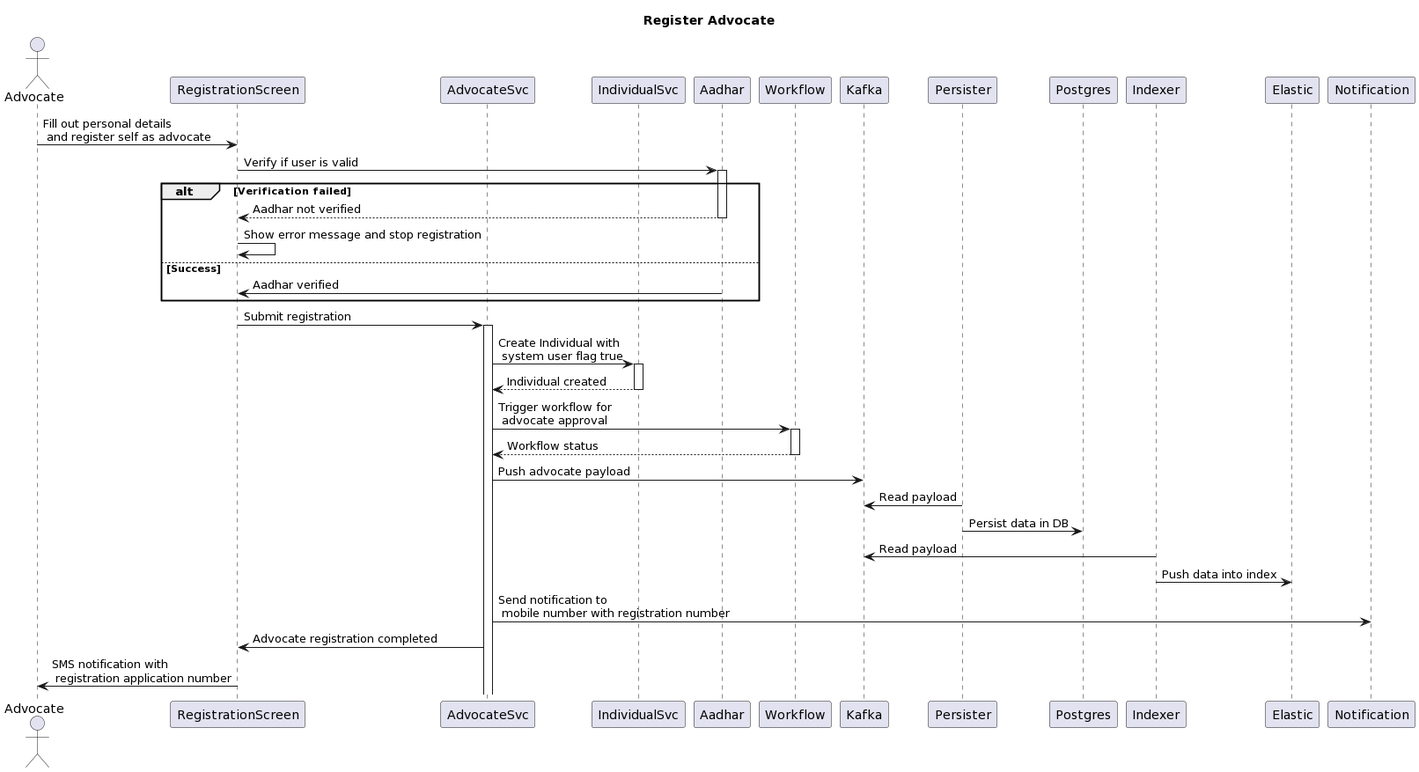
Before: docs/Advocate/SequenceDiagrams/Advocate-Create-Flow.png, a diagram exported from PlantUML (pucardotorg/dristi). The source it was exported from:
```plantuml
@startuml
title Register Advocate
Actor Advocate as User
participant RegistrationScreen as UI
participant AdvocateSvc as A
participant IndividualSvc as I
User -> UI : Fill out personal details \n and register self as advocate
UI -> Aadhar ++: Verify if user is valid
alt Verification failed
  return Aadhar not verified
  UI -> UI: Show error message and stop registration
else Success
  Aadhar -> UI: Aadhar verified
end
UI -> A ++: Submit registration
A -> I ++: Create Individual with \n system user flag true
return Individual created
A -> Workflow ++: Trigger workflow for \n advocate approval
return Workflow status
A -> Kafka: Push advocate payload
Persister -> Kafka: Read payload
Persister -> Postgres: Persist data in DB
Indexer -> Kafka: Read payload
Indexer -> Elastic: Push data into index
A -> Notification : Send notification to \n mobile number with registration number
A -> UI: Advocate registration completed
UI -> User: SMS notification with \n registration application number
@enduml
```
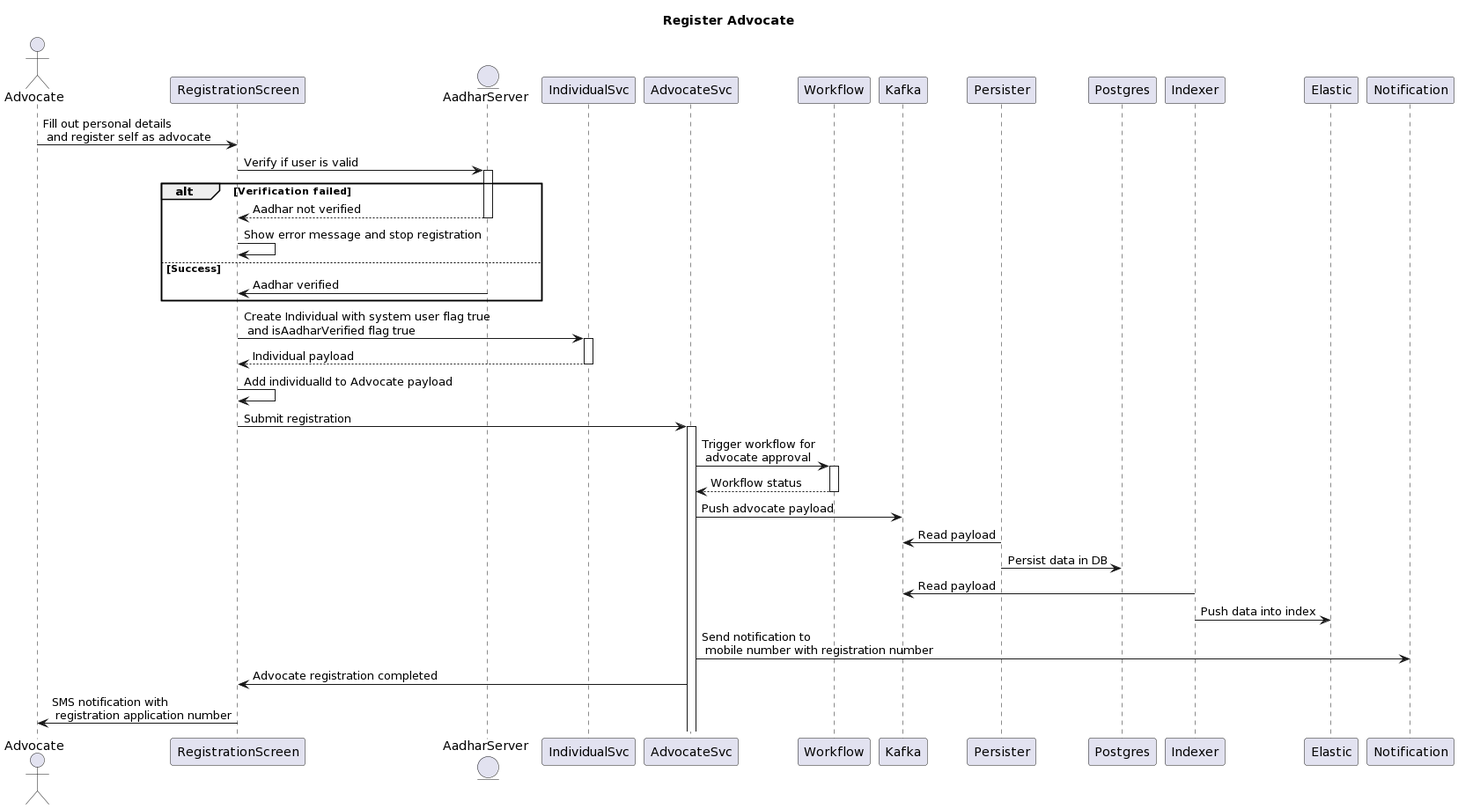
The same diagram one commit later.

Commit message:
Changes to advocate registration

Diff of the diagram source:
```diff
@@ -2,8 +2,9 @@
 title Register Advocate
 Actor Advocate as User
 participant RegistrationScreen as UI
+Entity AadharServer as Aadhar
+participant IndividualSvc as I
 participant AdvocateSvc as A
-participant IndividualSvc as I
 User -> UI : Fill out personal details \n and register self as advocate
 UI -> Aadhar ++: Verify if user is valid
 alt Verification failed
@@ -12,9 +13,10 @@
 else Success
   Aadhar -> UI: Aadhar verified
 end
+UI -> I ++: Create Individual with system user flag true \n and isAadharVerified flag true
+return Individual payload
+UI -> UI: Add individualId to Advocate payload
 UI -> A ++: Submit registration
-A -> I ++: Create Individual with \n system user flag true
-return Individual created
 A -> Workflow ++: Trigger workflow for \n advocate approval
 return Workflow status
 A -> Kafka: Push advocate payload
```
